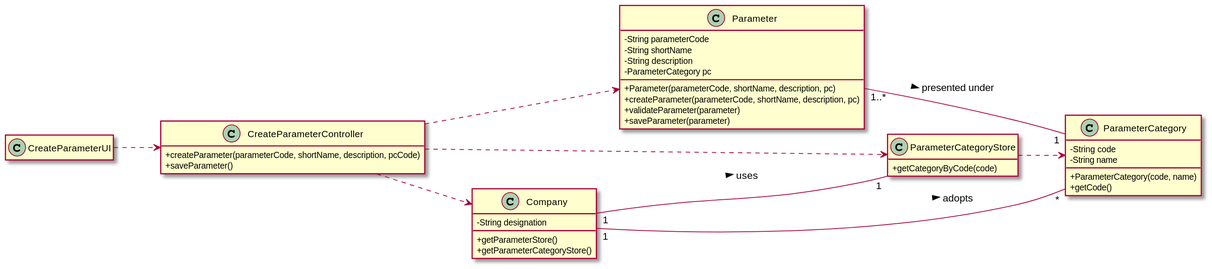
ana-albergaria/LAPR2-ISEP keeps this PlantUML diagram as docs/SprintB/US_10/US010_CD.svg. Above is the earlier version.
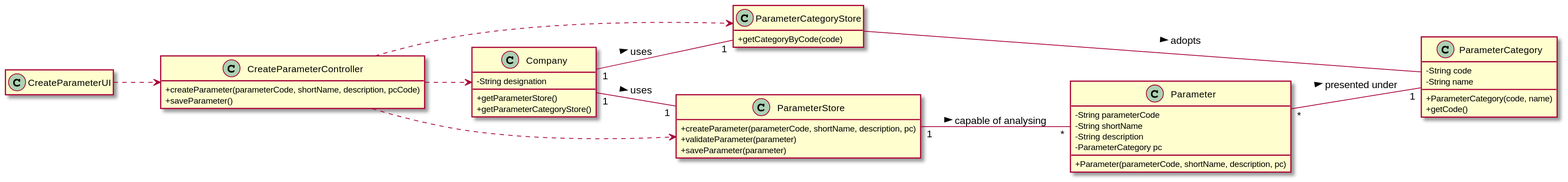
Above is the later version.

What changed in the source:
```diff
@@ -8,15 +8,18 @@
     +getCategoryByCode(code)
 }
 
+class ParameterStore {
+    +createParameter(parameterCode, shortName, description, pc)
+    +validateParameter(parameter)
+    +saveParameter(parameter)
+}
+
 class Parameter {
   -String parameterCode
   -String shortName
   -String description
   -ParameterCategory pc
   +Parameter(parameterCode, shortName, description, pc)
-  +createParameter(parameterCode, shortName, description, pc)
-  +validateParameter(parameter)
-  +saveParameter(parameter)
 }
 
 class ParameterCategory {
@@ -44,11 +47,12 @@
 CreateParameterUI ..> CreateParameterController
 CreateParameterController ..> Company
 CreateParameterController ..> ParameterCategoryStore
-CreateParameterController ..> Parameter
-ParameterCategoryStore ..> ParameterCategory
+CreateParameterController ..> ParameterStore
+ParameterCategoryStore -- ParameterCategory : adopts >
 Company "1" -- "1" ParameterCategoryStore : uses >
-Company "1" -- "*" ParameterCategory : adopts >
-Parameter "1..*" -- "1" ParameterCategory : presented under >
+Company "1" -- "1" ParameterStore : uses >
+ParameterStore "1" -- "*" Parameter : capable of analysing >
+Parameter "*" -- "1" ParameterCategory : presented under >
 
 
 @enduml
```
